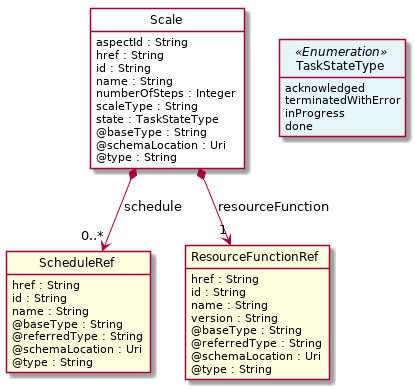
The PlantUML diagram apis/TMF664_Resource_Function_Activation/documentation/diagrams/Resource_Scale.png in tmforum-apis/Open_Api_And_Data_Model, before a commit.
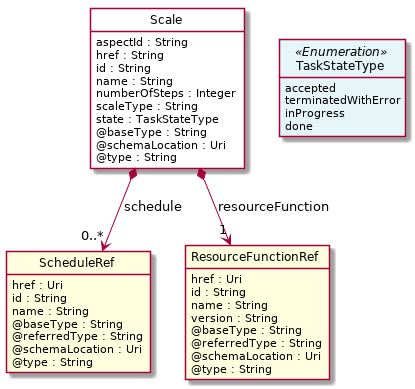
Above is the later version.

Diff of the diagram source:
```diff
@@ -24,14 +24,14 @@
 }
 
 class TaskStateType <<Enumeration>> {
-    acknowledged
+    accepted
     terminatedWithError
     inProgress
     done
 }
 
 class ScheduleRef  <<Ref>> {
-    href : String
+    href : Uri
     id : String
     name : String
     @baseType : String
@@ -41,7 +41,7 @@
 }
 
 class ResourceFunctionRef  <<Ref>> {
-    href : String
+    href : Uri
     id : String
     name : String
     version : String
```
